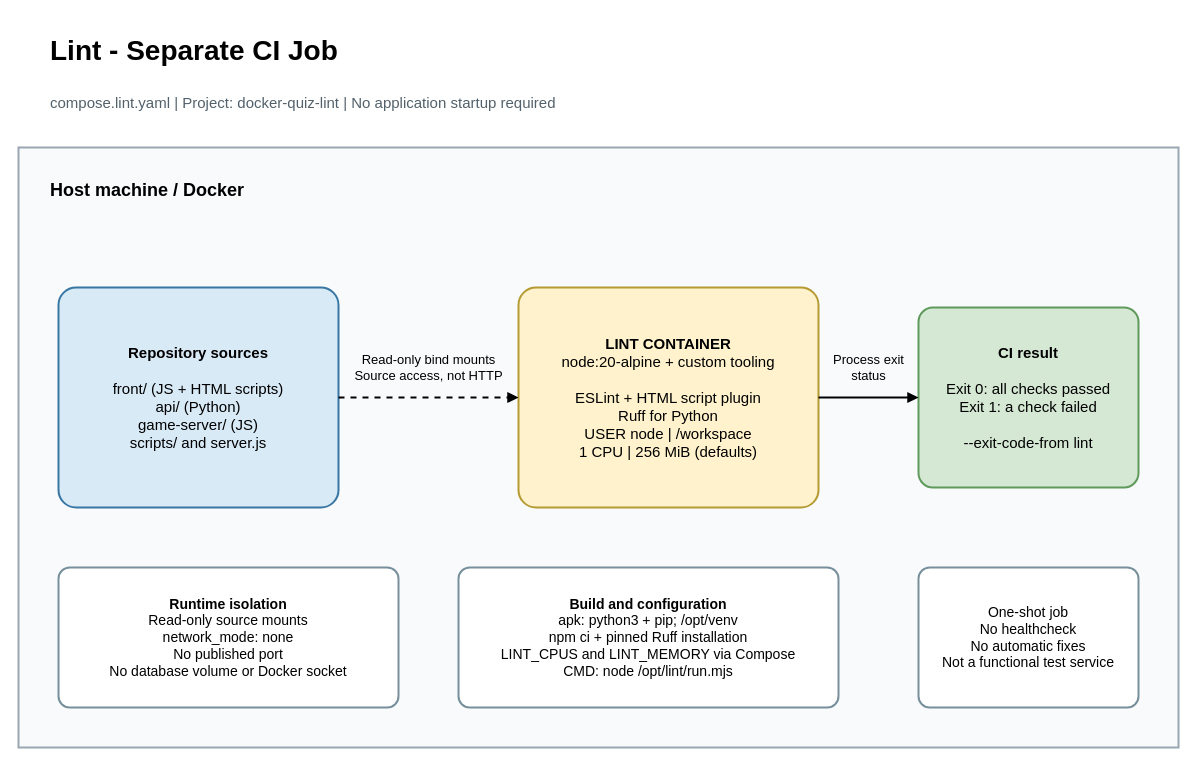
Before: page "Lint CI" (2 of 3) of docs/architecture.drawio in Sweexou/Dev-Docker, a draw.io diagram. Source tidied: cells renumbered, new cells numbered last; positions are measured from the earlier drawing's top-left corner, leaving out a move shared by most shapes. Both pictures are drawn from the tidied source at 100%, with x=0, y=0 at pixel (18, 17).
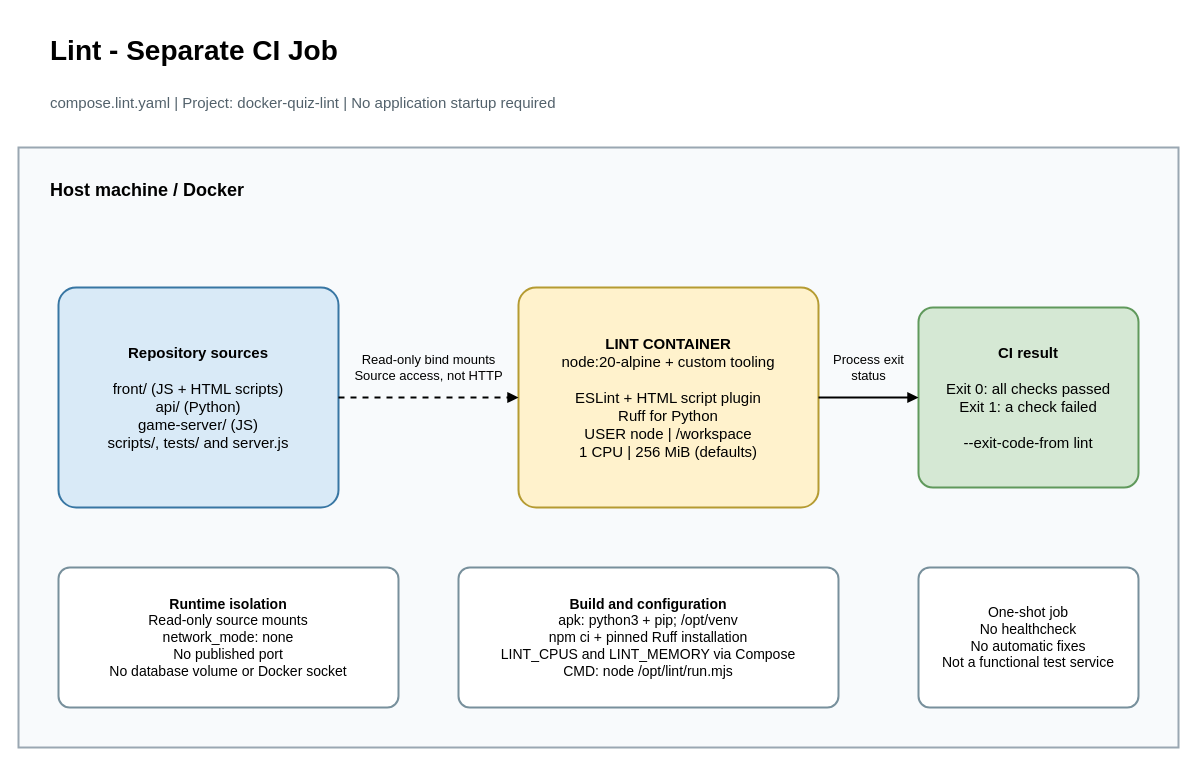
After the change.

What changed in the source:
```diff
@@
 <mxGraphModel>
   <root>
     <mxCell id="0" />
     <mxCell id="1" parent="0" />
     <mxCell id="2" value="Lint - Separate CI Job" style="whiteSpace=wrap;html=1;strokeWidth=2;fontSize=15;spacing=12;text;align=left;fontSize=28;fontStyle=1;" parent="1" vertex="1">
       <mxGeometry x="20" width="1100" height="50" as="geometry" />
     </mxCell>
     <mxCell id="3" value="compose.lint.yaml | Project: docker-quiz-lint | No application startup required" style="whiteSpace=wrap;html=1;strokeWidth=2;fontSize=15;spacing=12;text;align=left;fontColor=#52616B;" parent="1" vertex="1">
       <mxGeometry x="20" y="60" width="1100" height="40" as="geometry" />
     </mxCell>
     <mxCell id="4" value="Host machine / Docker" style="whiteSpace=wrap;html=1;strokeWidth=2;fontSize=15;spacing=12;fillColor=#F8FAFC;strokeColor=#9AA7B2;align=left;verticalAlign=top;spacingTop=16;spacingLeft=20;fontSize=18;fontStyle=1;" parent="1" vertex="1">
       <mxGeometry y="130" width="1160" height="600" as="geometry" />
     </mxCell>
-    <mxCell id="5" value="&lt;b&gt;Repository sources&lt;/b&gt;&lt;br&gt;&lt;br&gt;front/ (JS + HTML scripts)&lt;br&gt;api/ (Python)&lt;br&gt;game-server/ (JS)&lt;br&gt;scripts/ and server.js" style="whiteSpace=wrap;html=1;strokeWidth=2;fontSize=15;spacing=12;rounded=1;arcSize=8;fillColor=#D9EAF7;strokeColor=#3876A3;" parent="1" vertex="1">
+    <mxCell id="5" value="&lt;b&gt;Repository sources&lt;/b&gt;&lt;br&gt;&lt;br&gt;front/ (JS + HTML scripts)&lt;br&gt;api/ (Python)&lt;br&gt;game-server/ (JS)&lt;br&gt;scripts/, tests/ and server.js" style="whiteSpace=wrap;html=1;strokeWidth=2;fontSize=15;spacing=12;rounded=1;arcSize=8;fillColor=#D9EAF7;strokeColor=#3876A3;" parent="1" vertex="1">
       <mxGeometry x="40" y="270" width="280" height="220" as="geometry" />
     </mxCell>
     <mxCell id="6" value="&lt;b&gt;LINT CONTAINER&lt;/b&gt;&lt;br&gt;node:20-alpine + custom tooling&lt;br&gt;&lt;br&gt;ESLint + HTML script plugin&lt;br&gt;Ruff for Python&lt;br&gt;USER node | /workspace&lt;br&gt;1 CPU | 256 MiB (defaults)" style="whiteSpace=wrap;html=1;strokeWidth=2;fontSize=15;spacing=12;rounded=1;arcSize=8;fillColor=#FFF2CC;strokeColor=#B59B32;" parent="1" vertex="1">
       <mxGeometry x="500" y="270" width="300" height="220" as="geometry" />
     </mxCell>
     <mxCell id="7" value="&lt;b&gt;CI result&lt;/b&gt;&lt;br&gt;&lt;br&gt;Exit 0: all checks passed&lt;br&gt;Exit 1: a check failed&lt;br&gt;&lt;br&gt;--exit-code-from lint" style="whiteSpace=wrap;html=1;strokeWidth=2;fontSize=15;spacing=12;rounded=1;arcSize=8;fillColor=#D5E8D4;strokeColor=#60995C;" parent="1" vertex="1">
       <mxGeometry x="900" y="290" width="220" height="180" as="geometry" />
     </mxCell>
     <mxCell id="8" value="&lt;b&gt;Runtime isolation&lt;/b&gt;&lt;br&gt;Read-only source mounts&lt;br&gt;network_mode: none&lt;br&gt;No published port&lt;br&gt;No database volume or Docker socket" style="whiteSpace=wrap;html=1;strokeWidth=2;fontSize=15;spacing=12;rounded=1;arcSize=8;fillColor=#FFFFFF;strokeColor=#78909C;fontSize=14;" parent="1" vertex="1">
       <mxGeometry x="40" y="550" width="340" height="140" as="geometry" />
     </mxCell>
     <mxCell id="9" value="&lt;b&gt;Build and configuration&lt;/b&gt;&lt;br&gt;apk: python3 + pip; /opt/venv&lt;br&gt;npm ci + pinned Ruff installation&lt;br&gt;LINT_CPUS and LINT_MEMORY via Compose&lt;br&gt;CMD: node /opt/lint/run.mjs" style="whiteSpace=wrap;html=1;strokeWidth=2;fontSize=15;spacing=12;rounded=1;arcSize=8;fillColor=#FFFFFF;strokeColor=#78909C;fontSize=14;" parent="1" vertex="1">
       <mxGeometry x="440" y="550" width="380" height="140" as="geometry" />
     </mxCell>
     <mxCell id="10" value="One-shot job&lt;br&gt;No healthcheck&lt;br&gt;No automatic fixes&lt;br&gt;Not a functional test service" style="whiteSpace=wrap;html=1;strokeWidth=2;fontSize=15;spacing=12;rounded=1;arcSize=8;fillColor=#FFFFFF;strokeColor=#78909C;fontSize=14;" parent="1" vertex="1">
       <mxGeometry x="900" y="550" width="220" height="140" as="geometry" />
     </mxCell>
     <mxCell id="11" value="Read-only bind mounts&lt;br&gt;Source access, not HTTP" style="edgeStyle=orthogonalEdgeStyle;html=1;endArrow=block;endFill=1;strokeWidth=2;fontSize=13;labelBackgroundColor=#F8FAFC;exitX=1;exitY=0.5;entryX=0;entryY=0.5;dashed=1;" parent="1" edge="1" source="5" target="6">
       <mxGeometry relative="1" as="geometry">
         <mxPoint y="-30" as="offset" />
       </mxGeometry>
     </mxCell>
     <mxCell id="12" value="Process exit&lt;br&gt;status" style="edgeStyle=orthogonalEdgeStyle;html=1;endArrow=block;endFill=1;strokeWidth=2;fontSize=13;labelBackgroundColor=#F8FAFC;exitX=1;exitY=0.5;entryX=0;entryY=0.5;" parent="1" edge="1" source="6" target="7">
       <mxGeometry relative="1" as="geometry">
         <mxPoint y="-30" as="offset" />
       </mxGeometry>
     </mxCell>
   </root>
 </mxGraphModel>
```
